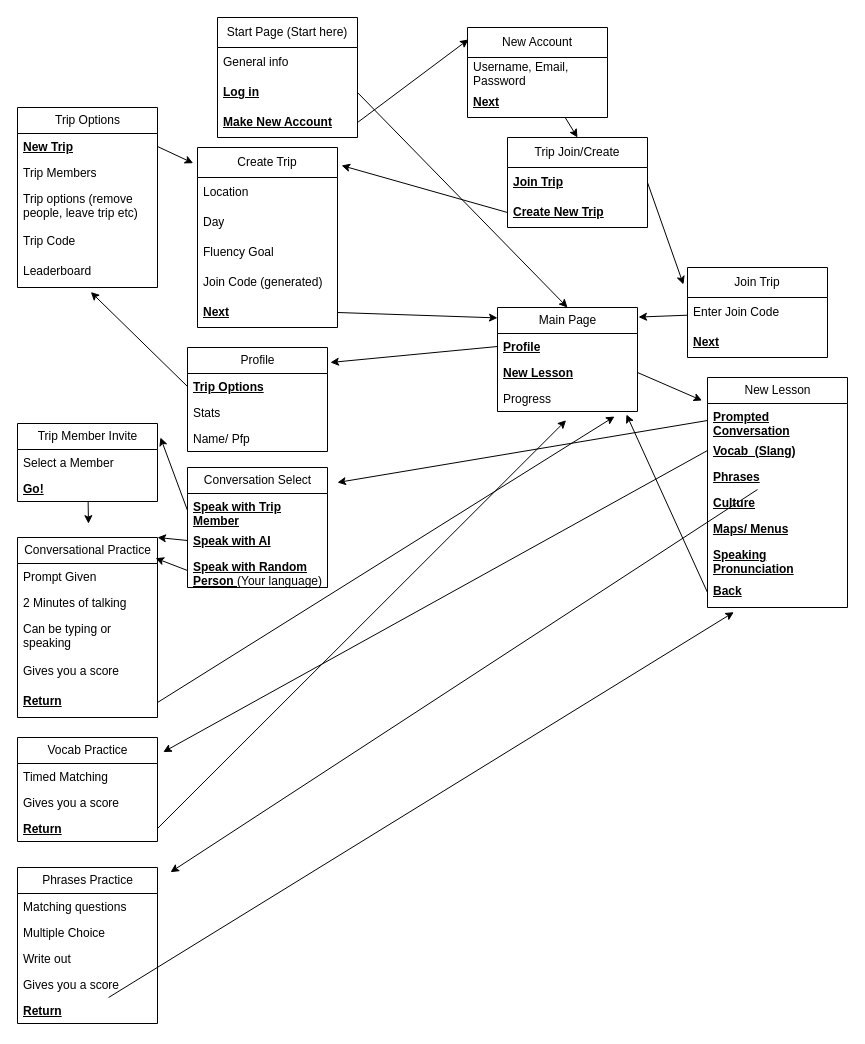
This is overview/flowchart/chart.drawio from JacobPercy/travel-web-app, a draw.io file, before an edit. Source tidied: cells renumbered, new cells numbered last; positions are measured from the earlier drawing's top-left corner, leaving out a move shared by most shapes. Both pictures are drawn from the tidied source at 100%, with x=0, y=0 at pixel (17, 17).
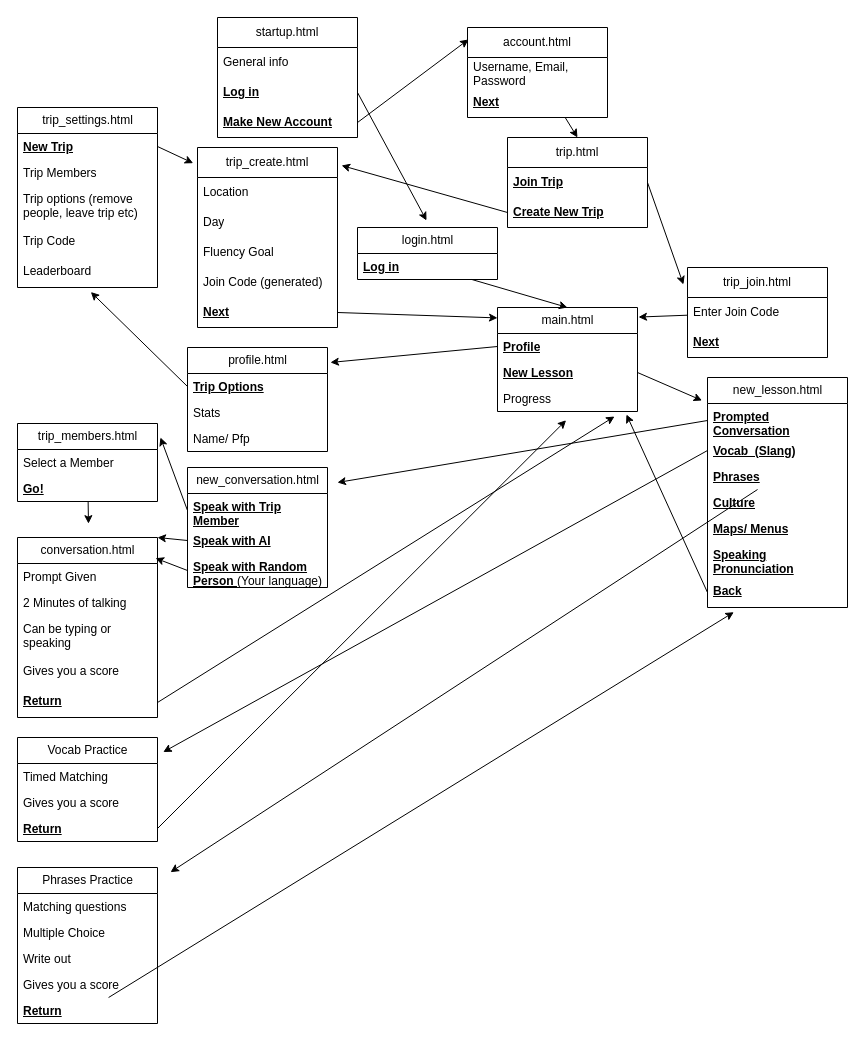
The same page after the edit.

Commit message:
fixed the flow chart

The change refers to these unchanged cells:
```xml
<mxCell id="4" value="&lt;b&gt;&lt;u&gt;Log in&lt;/u&gt;&lt;/b&gt;" style="text;strokeColor=none;fillColor=none;align=left;verticalAlign=middle;spacingLeft=4;spacingRight=4;overflow=hidden;points=[[0,0.5],[1,0.5]];portConstraint=eastwest;whiteSpace=wrap;html=1;" parent="2" vertex="1">
  <mxGeometry y="60" width="140" height="30" as="geometry" />
</mxCell>
```

Change to the diagram source:
```diff
@@
-    <mxCell id="2" value="Start Page (Start here)" style="swimlane;fontStyle=0;horizontal=1;startSize=30;whiteSpace=wrap;html=1;" parent="1" vertex="1">
+    <mxCell id="2" value="startup.html" style="swimlane;fontStyle=0;horizontal=1;startSize=30;whiteSpace=wrap;html=1;" parent="1" vertex="1">
       <mxGeometry x="200" width="140" height="120" as="geometry" />
     </mxCell>
@@
-    <mxCell id="8" value="New Account" style="swimlane;fontStyle=0;horizontal=1;startSize=30;whiteSpace=wrap;html=1;" parent="1" vertex="1">
+    <mxCell id="8" value="account.html" style="swimlane;fontStyle=0;horizontal=1;startSize=30;whiteSpace=wrap;html=1;" parent="1" vertex="1">
       <mxGeometry x="450" y="10" width="140" height="90" as="geometry" />
     </mxCell>
@@
-    <mxCell id="12" value="Trip Join/Create" style="swimlane;fontStyle=0;horizontal=1;startSize=30;whiteSpace=wrap;html=1;" parent="1" vertex="1">
+    <mxCell id="12" value="trip.html" style="swimlane;fontStyle=0;horizontal=1;startSize=30;whiteSpace=wrap;html=1;" parent="1" vertex="1">
       <mxGeometry x="490" y="120" width="140" height="90" as="geometry" />
     </mxCell>
@@
-    <mxCell id="17" value="Join Trip" style="swimlane;fontStyle=0;horizontal=1;startSize=30;whiteSpace=wrap;html=1;" parent="1" vertex="1">
+    <mxCell id="17" value="trip_join.html" style="swimlane;fontStyle=0;horizontal=1;startSize=30;whiteSpace=wrap;html=1;" parent="1" vertex="1">
       <mxGeometry x="670" y="250" width="140" height="90" as="geometry" />
     </mxCell>
@@
-    <mxCell id="20" value="Create Trip" style="swimlane;fontStyle=0;horizontal=1;startSize=30;whiteSpace=wrap;html=1;swimlaneLine=1;" parent="1" vertex="1">
+    <mxCell id="20" value="trip_create.html" style="swimlane;fontStyle=0;horizontal=1;startSize=30;whiteSpace=wrap;html=1;swimlaneLine=1;" parent="1" vertex="1">
       <mxGeometry x="180" y="130" width="140" height="180" as="geometry" />
     </mxCell>
@@
-    <mxCell id="26" value="Main Page" style="swimlane;fontStyle=0;horizontal=1;startSize=26;fillColor=none;html=1;" parent="1" vertex="1">
+    <mxCell id="26" value="main.html" style="swimlane;fontStyle=0;horizontal=1;startSize=26;fillColor=none;html=1;" parent="1" vertex="1">
       <mxGeometry x="480" y="290" width="140" height="104" as="geometry" />
     </mxCell>
@@
-    <mxCell id="31" value="Profile" style="swimlane;fontStyle=0;horizontal=1;startSize=26;fillColor=none;html=1;" parent="1" vertex="1">
+    <mxCell id="31" value="profile.html" style="swimlane;fontStyle=0;horizontal=1;startSize=26;fillColor=none;html=1;" parent="1" vertex="1">
       <mxGeometry x="170" y="330" width="140" height="104" as="geometry" />
     </mxCell>
@@
-    <mxCell id="36" value="Trip Options" style="swimlane;fontStyle=0;horizontal=1;startSize=26;fillColor=none;html=1;" parent="1" vertex="1">
+    <mxCell id="36" value="trip_settings.html" style="swimlane;fontStyle=0;horizontal=1;startSize=26;fillColor=none;html=1;" parent="1" vertex="1">
       <mxGeometry y="90" width="140" height="180" as="geometry" />
     </mxCell>
@@
-    <mxCell id="44" style="edgeStyle=none;html=1;entryX=0.5;entryY=0;entryDx=0;entryDy=0;exitX=1;exitY=0.5;exitDx=0;exitDy=0;" parent="1" edge="1" source="4" target="26">
+    <mxCell id="44" style="edgeStyle=none;html=1;exitX=1;exitY=0.5;exitDx=0;exitDy=0;entryX=0.493;entryY=-0.135;entryDx=0;entryDy=0;entryPerimeter=0;" parent="1" edge="1" source="4" target="88">
       <mxGeometry relative="1" as="geometry" />
     </mxCell>
@@
-    <mxCell id="46" value="New Lesson" style="swimlane;fontStyle=0;horizontal=1;startSize=26;fillColor=none;html=1;" parent="1" vertex="1">
+    <mxCell id="46" value="new_lesson.html" style="swimlane;fontStyle=0;horizontal=1;startSize=26;fillColor=none;html=1;" parent="1" vertex="1">
       <mxGeometry x="690" y="360" width="140" height="230" as="geometry" />
     </mxCell>
@@
-    <mxCell id="54" value="Conversation Select" style="swimlane;fontStyle=0;horizontal=1;startSize=26;fillColor=none;html=1;" parent="1" vertex="1">
+    <mxCell id="54" value="new_conversation.html" style="swimlane;fontStyle=0;horizontal=1;startSize=26;fillColor=none;html=1;" parent="1" vertex="1">
       <mxGeometry x="170" y="450" width="140" height="120" as="geometry" />
     </mxCell>
@@
-    <mxCell id="60" value="Trip Member Invite" style="swimlane;fontStyle=0;horizontal=1;startSize=26;fillColor=none;html=1;" parent="1" vertex="1">
+    <mxCell id="60" value="trip_members.html" style="swimlane;fontStyle=0;horizontal=1;startSize=26;fillColor=none;html=1;" parent="1" vertex="1">
       <mxGeometry y="406" width="140" height="78" as="geometry" />
     </mxCell>
@@
-    <mxCell id="64" value="Conversational Practice" style="swimlane;fontStyle=0;horizontal=1;startSize=26;fillColor=none;html=1;" parent="1" vertex="1">
+    <mxCell id="64" value="conversation.html" style="swimlane;fontStyle=0;horizontal=1;startSize=26;fillColor=none;html=1;" parent="1" vertex="1">
       <mxGeometry y="520" width="140" height="180" as="geometry" />
     </mxCell>
@@
+    <mxCell id="88" value="login.html" style="swimlane;fontStyle=0;horizontal=1;startSize=26;fillColor=none;html=1;" parent="1" vertex="1">
+      <mxGeometry x="340" y="210" width="140" height="52" as="geometry" />
+    </mxCell>
+    <mxCell id="89" value="&lt;b&gt;&lt;u&gt;Log in&lt;/u&gt;&lt;/b&gt;" style="text;strokeColor=none;fillColor=none;align=left;verticalAlign=top;spacingLeft=4;spacingRight=4;overflow=hidden;points=[[0,0.5],[1,0.5]];portConstraint=eastwest;whiteSpace=wrap;html=1;" parent="88" vertex="1">
+      <mxGeometry y="26" width="140" height="26" as="geometry" />
+    </mxCell>
+    <mxCell id="90" style="edgeStyle=none;html=1;entryX=0.5;entryY=0;entryDx=0;entryDy=0;" parent="1" edge="1" source="89" target="26">
+      <mxGeometry relative="1" as="geometry" />
+    </mxCell>
```
